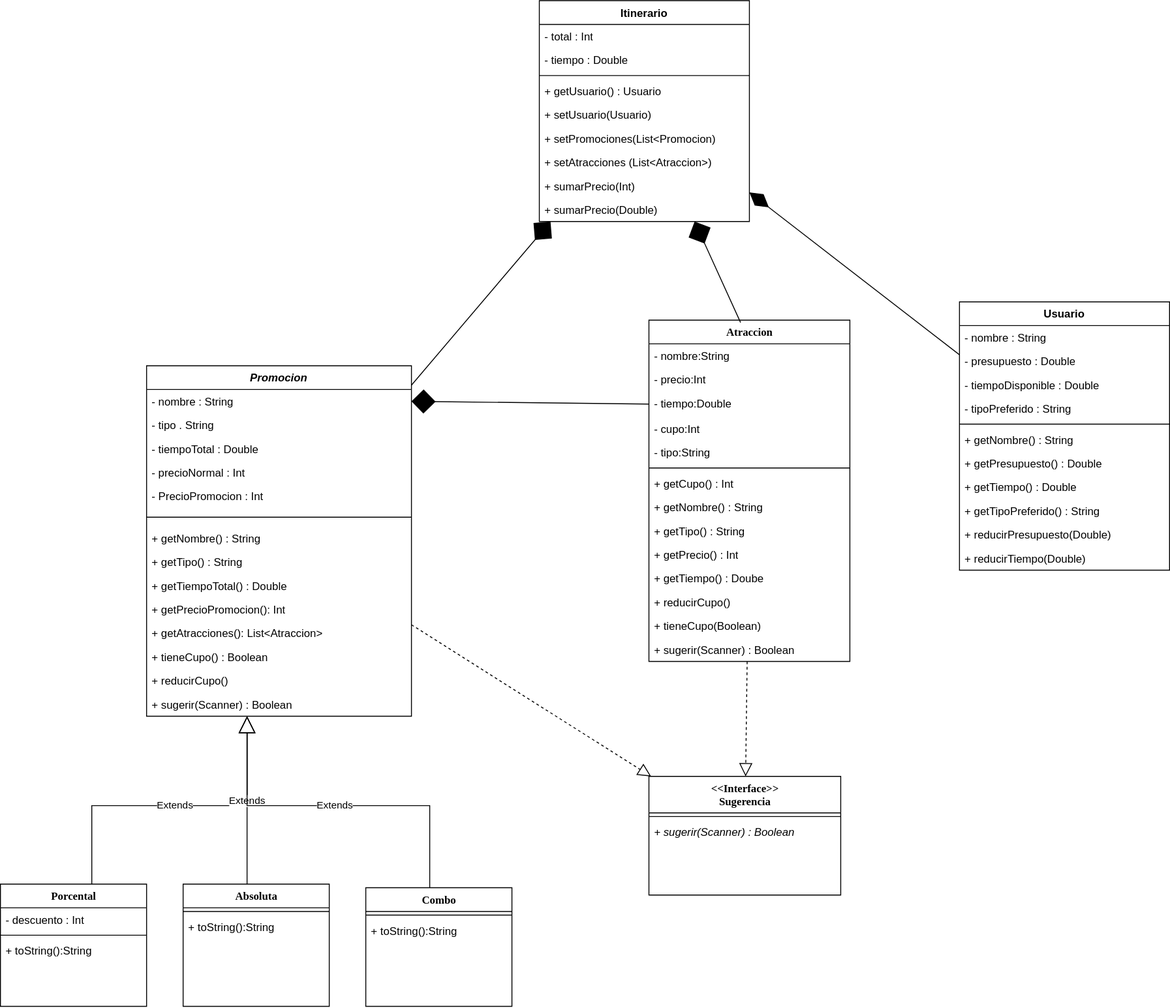
Before: TierraMedia.drawio.svg, a diagram exported from draw.io (ezebeltran/Tp-paradigmas-programacion). Source tidied: cells renumbered, new cells last; positions are measured from the earlier drawing's top-left corner, leaving out a move shared by most shapes.
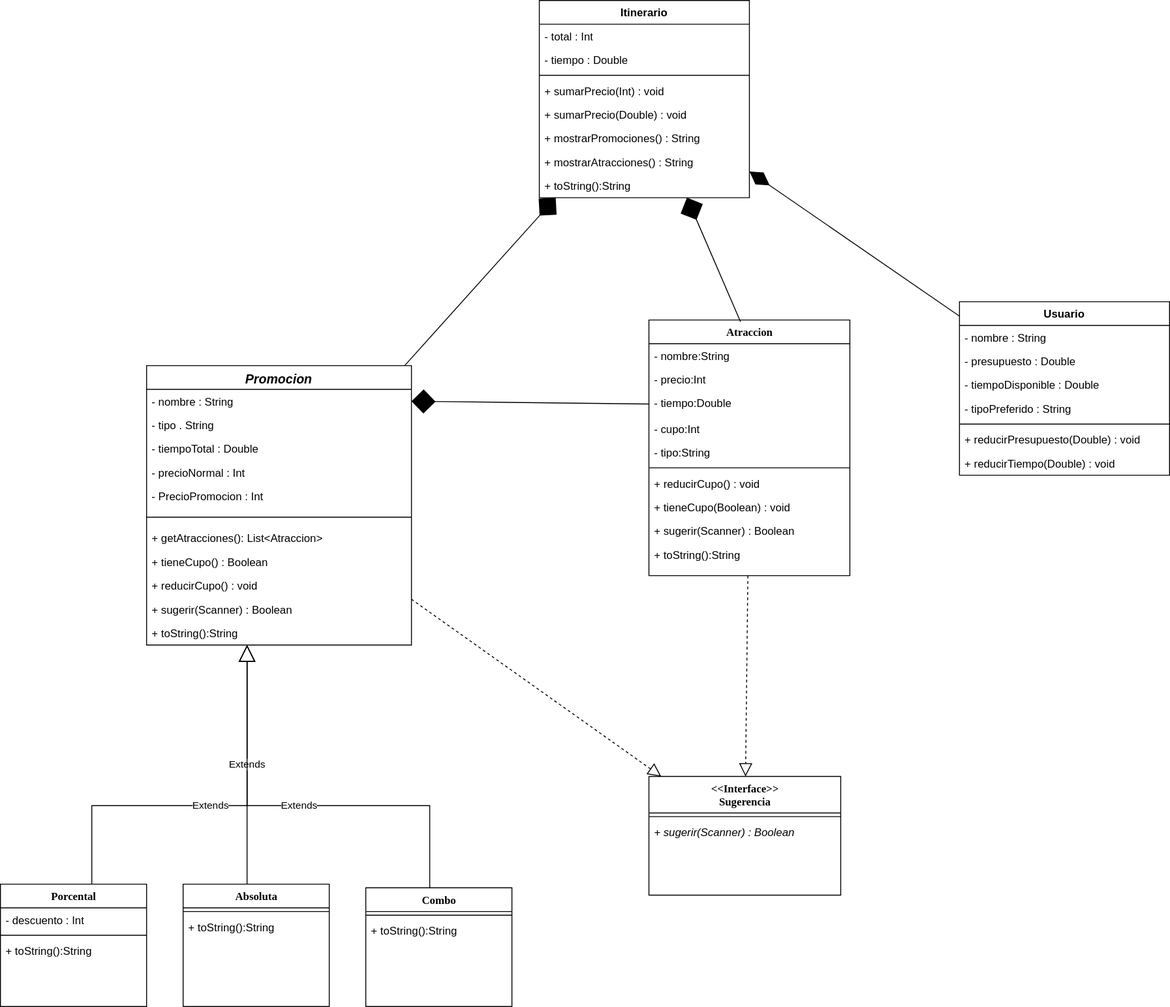
After the change.

The edit, as a diff of the source:
```diff
@@ -5,3 +5,3 @@
     <mxCell id="2" value="&lt;span style=&quot;font-style: normal;&quot;&gt;Atraccion&lt;/span&gt;" style="swimlane;html=1;fontStyle=3;align=center;verticalAlign=top;horizontal=1;startSize=26;swimlaneFillColor=#ffffff;rounded=0;shadow=0;comic=0;labelBackgroundColor=none;strokeWidth=1;fillColor=none;fontFamily=Verdana;fontSize=12;" parent="1" vertex="1">
-      <mxGeometry x="710" y="350" width="220" height="374" as="geometry" />
+      <mxGeometry x="710" y="350" width="220" height="280" as="geometry" />
     </mxCell>
@@ -25,28 +25,16 @@
     </mxCell>
-    <mxCell id="9" value="+ getCupo() : Int" style="text;html=1;strokeColor=none;fillColor=none;align=left;verticalAlign=top;spacingLeft=4;spacingRight=4;whiteSpace=wrap;overflow=hidden;" parent="2" vertex="1">
-      <mxGeometry y="166" width="220" height="26" as="geometry" />
-    </mxCell>
-    <mxCell id="10" value="+ getNombre() : String" style="text;html=1;strokeColor=none;fillColor=none;align=left;verticalAlign=top;spacingLeft=4;spacingRight=4;whiteSpace=wrap;overflow=hidden;" parent="2" vertex="1">
-      <mxGeometry y="192" width="220" height="26" as="geometry" />
-    </mxCell>
-    <mxCell id="11" value="+ getTipo() : String" style="text;html=1;strokeColor=none;fillColor=none;align=left;verticalAlign=top;spacingLeft=4;spacingRight=4;whiteSpace=wrap;overflow=hidden;" parent="2" vertex="1">
-      <mxGeometry y="218" width="220" height="26" as="geometry" />
-    </mxCell>
-    <mxCell id="12" value="+ getPrecio() : Int" style="text;html=1;strokeColor=none;fillColor=none;align=left;verticalAlign=top;spacingLeft=4;spacingRight=4;whiteSpace=wrap;overflow=hidden;" parent="2" vertex="1">
-      <mxGeometry y="244" width="220" height="26" as="geometry" />
-    </mxCell>
-    <mxCell id="13" value="+ getTiempo() : Doube" style="text;html=1;strokeColor=none;fillColor=none;align=left;verticalAlign=top;spacingLeft=4;spacingRight=4;whiteSpace=wrap;overflow=hidden;" parent="2" vertex="1">
-      <mxGeometry y="270" width="220" height="26" as="geometry" />
-    </mxCell>
-    <mxCell id="14" value="+ reducirCupo()" style="text;html=1;strokeColor=none;fillColor=none;align=left;verticalAlign=top;spacingLeft=4;spacingRight=4;whiteSpace=wrap;overflow=hidden;" parent="2" vertex="1">
-      <mxGeometry y="296" width="220" height="26" as="geometry" />
+    <mxCell id="14" value="+ reducirCupo() : void" style="text;html=1;strokeColor=none;fillColor=none;align=left;verticalAlign=top;spacingLeft=4;spacingRight=4;whiteSpace=wrap;overflow=hidden;" parent="2" vertex="1">
+      <mxGeometry y="166" width="220" height="26" as="geometry" />
     </mxCell>
-    <mxCell id="15" value="+ tieneCupo(Boolean)" style="text;html=1;strokeColor=none;fillColor=none;align=left;verticalAlign=top;spacingLeft=4;spacingRight=4;whiteSpace=wrap;overflow=hidden;" parent="2" vertex="1">
-      <mxGeometry y="322" width="220" height="26" as="geometry" />
+    <mxCell id="15" value="+ tieneCupo(Boolean) : void" style="text;html=1;strokeColor=none;fillColor=none;align=left;verticalAlign=top;spacingLeft=4;spacingRight=4;whiteSpace=wrap;overflow=hidden;" parent="2" vertex="1">
+      <mxGeometry y="192" width="220" height="26" as="geometry" />
     </mxCell>
     <mxCell id="16" value="+ sugerir(Scanner) : Boolean" style="text;html=1;strokeColor=none;fillColor=none;align=left;verticalAlign=top;spacingLeft=4;spacingRight=4;whiteSpace=wrap;overflow=hidden;" parent="2" vertex="1">
-      <mxGeometry y="348" width="220" height="26" as="geometry" />
+      <mxGeometry y="218" width="220" height="26" as="geometry" />
     </mxCell>
+    <mxCell id="76" value="+ toString():String" style="text;strokeColor=none;fillColor=none;align=left;verticalAlign=top;spacingLeft=4;spacingRight=4;overflow=hidden;whiteSpace=wrap;html=1;" parent="2" vertex="1">
+      <mxGeometry y="244" width="220" height="26" as="geometry" />
+    </mxCell>
     <mxCell id="17" value="Usuario" style="swimlane;fontStyle=1;align=center;verticalAlign=top;horizontal=1;startSize=26;whiteSpace=wrap;html=1;" parent="1" vertex="1">
-      <mxGeometry x="1050" y="330" width="230" height="294" as="geometry" />
+      <mxGeometry x="1050" y="330" width="230" height="190" as="geometry" />
     </mxCell>
@@ -67,22 +55,10 @@
     </mxCell>
-    <mxCell id="23" value="+ getNombre() : String" style="text;strokeColor=none;fillColor=none;align=left;verticalAlign=top;spacingLeft=4;spacingRight=4;overflow=hidden;whiteSpace=wrap;html=1;" parent="17" vertex="1">
-      <mxGeometry y="138" width="230" height="26" as="geometry" />
-    </mxCell>
-    <mxCell id="24" value="+ getPresupuesto() : Double" style="text;strokeColor=none;fillColor=none;align=left;verticalAlign=top;spacingLeft=4;spacingRight=4;overflow=hidden;whiteSpace=wrap;html=1;" parent="17" vertex="1">
-      <mxGeometry y="164" width="230" height="26" as="geometry" />
-    </mxCell>
-    <mxCell id="25" value="+ getTiempo() : Double" style="text;strokeColor=none;fillColor=none;align=left;verticalAlign=top;spacingLeft=4;spacingRight=4;overflow=hidden;whiteSpace=wrap;html=1;" parent="17" vertex="1">
-      <mxGeometry y="190" width="230" height="26" as="geometry" />
-    </mxCell>
-    <mxCell id="26" value="+ getTipoPreferido() : String" style="text;strokeColor=none;fillColor=none;align=left;verticalAlign=top;spacingLeft=4;spacingRight=4;overflow=hidden;whiteSpace=wrap;html=1;" parent="17" vertex="1">
-      <mxGeometry y="216" width="230" height="26" as="geometry" />
-    </mxCell>
-    <mxCell id="27" value="+ reducirPresupuesto(Double)" style="text;strokeColor=none;fillColor=none;align=left;verticalAlign=top;spacingLeft=4;spacingRight=4;overflow=hidden;whiteSpace=wrap;html=1;" parent="17" vertex="1">
-      <mxGeometry y="242" width="230" height="26" as="geometry" />
+    <mxCell id="27" value="+ reducirPresupuesto(Double) : void" style="text;strokeColor=none;fillColor=none;align=left;verticalAlign=top;spacingLeft=4;spacingRight=4;overflow=hidden;whiteSpace=wrap;html=1;" parent="17" vertex="1">
+      <mxGeometry y="138" width="230" height="26" as="geometry" />
     </mxCell>
-    <mxCell id="28" value="+ reducirTiempo(Double)" style="text;strokeColor=none;fillColor=none;align=left;verticalAlign=top;spacingLeft=4;spacingRight=4;overflow=hidden;whiteSpace=wrap;html=1;" parent="17" vertex="1">
-      <mxGeometry y="268" width="230" height="26" as="geometry" />
+    <mxCell id="28" value="+ reducirTiempo(Double) : void" style="text;strokeColor=none;fillColor=none;align=left;verticalAlign=top;spacingLeft=4;spacingRight=4;overflow=hidden;whiteSpace=wrap;html=1;" parent="17" vertex="1">
+      <mxGeometry y="164" width="230" height="26" as="geometry" />
     </mxCell>
-    <mxCell id="29" value="&lt;i&gt;Promocion&lt;/i&gt;" style="swimlane;fontStyle=1;align=center;verticalAlign=top;horizontal=1;startSize=26;whiteSpace=wrap;html=1;" parent="1" vertex="1">
-      <mxGeometry x="160" y="400" width="290" height="384" as="geometry" />
+    <mxCell id="29" value="&lt;font style=&quot;font-size: 14px;&quot;&gt;&lt;i style=&quot;&quot;&gt;Promocion&lt;/i&gt;&lt;/font&gt;" style="swimlane;fontStyle=1;align=center;verticalAlign=top;horizontal=1;startSize=26;whiteSpace=wrap;html=1;" parent="1" vertex="1">
+      <mxGeometry x="160" y="400" width="290" height="306" as="geometry" />
     </mxCell>
@@ -106,26 +82,17 @@
     </mxCell>
-    <mxCell id="36" value="+ getNombre() : String" style="text;html=1;strokeColor=none;fillColor=none;align=left;verticalAlign=top;spacingLeft=4;spacingRight=4;whiteSpace=wrap;overflow=hidden;" parent="29" vertex="1">
-      <mxGeometry y="176" width="290" height="26" as="geometry" />
-    </mxCell>
-    <mxCell id="37" value="+ getTipo() : String" style="text;html=1;strokeColor=none;fillColor=none;align=left;verticalAlign=top;spacingLeft=4;spacingRight=4;whiteSpace=wrap;overflow=hidden;" parent="29" vertex="1">
-      <mxGeometry y="202" width="290" height="26" as="geometry" />
-    </mxCell>
-    <mxCell id="38" value="+&amp;nbsp;getTiempoTotal&lt;span style=&quot;background-color: initial;&quot;&gt;() : Double&lt;/span&gt;&lt;div style=&quot;background-color:#2f2f2f;padding:0px 0px 0px 2px;&quot;&gt;&lt;div style=&quot;color: rgb(170, 170, 170); font-family: Consolas; font-size: 10pt;&quot;&gt;&lt;p style=&quot;background-color:#373737;margin:0;&quot;&gt;&lt;span style=&quot;color:#d9e8f7;&quot;&gt;&lt;/span&gt;&lt;/p&gt;&lt;/div&gt;&lt;/div&gt;" style="text;html=1;strokeColor=none;fillColor=none;align=left;verticalAlign=top;spacingLeft=4;spacingRight=4;whiteSpace=wrap;overflow=hidden;" parent="29" vertex="1">
-      <mxGeometry y="228" width="290" height="26" as="geometry" />
-    </mxCell>
-    <mxCell id="39" value="+&amp;nbsp;getPrecioPromocion&lt;span style=&quot;background-color: initial;&quot;&gt;(): Int&lt;/span&gt;&lt;div style=&quot;background-color:#2f2f2f;padding:0px 0px 0px 2px;&quot;&gt;&lt;div style=&quot;color: rgb(170, 170, 170); font-family: Consolas; font-size: 10pt;&quot;&gt;&lt;p style=&quot;background-color:#373737;margin:0;&quot;&gt;&lt;span style=&quot;color:#d9e8f7;&quot;&gt;&lt;/span&gt;&lt;/p&gt;&lt;/div&gt;&lt;/div&gt;" style="text;strokeColor=none;fillColor=none;align=left;verticalAlign=top;spacingLeft=4;spacingRight=4;overflow=hidden;whiteSpace=wrap;html=1;" parent="29" vertex="1">
-      <mxGeometry y="254" width="290" height="26" as="geometry" />
-    </mxCell>
     <mxCell id="40" value="+&amp;nbsp;getAtracciones&lt;span style=&quot;background-color: initial;&quot;&gt;():&amp;nbsp;&lt;/span&gt;List&amp;lt;Atraccion&amp;gt;&lt;div style=&quot;background-color:#2f2f2f;padding:0px 0px 0px 2px;&quot;&gt;&lt;div style=&quot;color: rgb(170, 170, 170); font-family: Consolas; font-size: 10pt;&quot;&gt;&lt;p style=&quot;background-color:#373737;margin:0;&quot;&gt;&lt;span style=&quot;color:#d9e8f7;&quot;&gt;&lt;/span&gt;&lt;/p&gt;&lt;/div&gt;&lt;/div&gt;&lt;div style=&quot;background-color:#2f2f2f;padding:0px 0px 0px 2px;&quot;&gt;&lt;div style=&quot;color: rgb(170, 170, 170); font-family: Consolas; font-size: 10pt;&quot;&gt;&lt;p style=&quot;background-color:#373737;margin:0;&quot;&gt;&lt;span style=&quot;color:#d9e8f7;&quot;&gt;&lt;/span&gt;&lt;/p&gt;&lt;/div&gt;&lt;/div&gt;" style="text;strokeColor=none;fillColor=none;align=left;verticalAlign=top;spacingLeft=4;spacingRight=4;overflow=hidden;whiteSpace=wrap;html=1;" parent="29" vertex="1">
-      <mxGeometry y="280" width="290" height="26" as="geometry" />
+      <mxGeometry y="176" width="290" height="26" as="geometry" />
     </mxCell>
     <mxCell id="41" value="+&amp;nbsp;tieneCupo&lt;span style=&quot;background-color: initial;&quot;&gt;() : Boolean&lt;/span&gt;&lt;div style=&quot;background-color:#2f2f2f;padding:0px 0px 0px 2px;&quot;&gt;&lt;div style=&quot;color: rgb(170, 170, 170); font-family: Consolas; font-size: 10pt;&quot;&gt;&lt;p style=&quot;background-color:#373737;margin:0;&quot;&gt;&lt;span style=&quot;color:#d9e8f7;&quot;&gt;&lt;/span&gt;&lt;/p&gt;&lt;/div&gt;&lt;/div&gt;" style="text;html=1;strokeColor=none;fillColor=none;align=left;verticalAlign=top;spacingLeft=4;spacingRight=4;whiteSpace=wrap;overflow=hidden;" parent="29" vertex="1">
-      <mxGeometry y="306" width="290" height="26" as="geometry" />
+      <mxGeometry y="202" width="290" height="26" as="geometry" />
     </mxCell>
-    <mxCell id="42" value="+&amp;nbsp;reducirCupo&lt;span style=&quot;background-color: initial;&quot;&gt;()&lt;/span&gt;&lt;div style=&quot;background-color:#2f2f2f;padding:0px 0px 0px 2px;&quot;&gt;&lt;div style=&quot;color: rgb(170, 170, 170); font-family: Consolas; font-size: 10pt;&quot;&gt;&lt;p style=&quot;background-color:#373737;margin:0;&quot;&gt;&lt;span style=&quot;color:#d9e8f7;&quot;&gt;&lt;/span&gt;&lt;/p&gt;&lt;/div&gt;&lt;/div&gt;" style="text;html=1;strokeColor=none;fillColor=none;align=left;verticalAlign=top;spacingLeft=4;spacingRight=4;whiteSpace=wrap;overflow=hidden;" parent="29" vertex="1">
-      <mxGeometry y="332" width="290" height="26" as="geometry" />
+    <mxCell id="42" value="+&amp;nbsp;reducirCupo&lt;span style=&quot;background-color: initial;&quot;&gt;() : void&lt;/span&gt;&lt;div style=&quot;background-color:#2f2f2f;padding:0px 0px 0px 2px;&quot;&gt;&lt;div style=&quot;color: rgb(170, 170, 170); font-family: Consolas; font-size: 10pt;&quot;&gt;&lt;p style=&quot;background-color:#373737;margin:0;&quot;&gt;&lt;span style=&quot;color:#d9e8f7;&quot;&gt;&lt;/span&gt;&lt;/p&gt;&lt;/div&gt;&lt;/div&gt;" style="text;html=1;strokeColor=none;fillColor=none;align=left;verticalAlign=top;spacingLeft=4;spacingRight=4;whiteSpace=wrap;overflow=hidden;" parent="29" vertex="1">
+      <mxGeometry y="228" width="290" height="26" as="geometry" />
     </mxCell>
     <mxCell id="43" value="+ sugerir(Scanner) : Boolean" style="text;html=1;strokeColor=none;fillColor=none;align=left;verticalAlign=top;spacingLeft=4;spacingRight=4;whiteSpace=wrap;overflow=hidden;" parent="29" vertex="1">
-      <mxGeometry y="358" width="290" height="26" as="geometry" />
+      <mxGeometry y="254" width="290" height="26" as="geometry" />
     </mxCell>
+    <mxCell id="77" value="+ toString():String" style="text;strokeColor=none;fillColor=none;align=left;verticalAlign=top;spacingLeft=4;spacingRight=4;overflow=hidden;whiteSpace=wrap;html=1;" parent="29" vertex="1">
+      <mxGeometry y="280" width="290" height="26" as="geometry" />
+    </mxCell>
     <mxCell id="44" value="&lt;span style=&quot;font-style: normal;&quot;&gt;Combo&lt;/span&gt;" style="swimlane;html=1;fontStyle=3;align=center;verticalAlign=top;horizontal=1;startSize=26;swimlaneFillColor=#ffffff;rounded=0;shadow=0;comic=0;labelBackgroundColor=none;strokeWidth=1;fillColor=none;fontFamily=Verdana;fontSize=12;" parent="1" vertex="1">
@@ -185,3 +152,3 @@
     <mxCell id="57" value="Itinerario" style="swimlane;fontStyle=1;align=center;verticalAlign=top;horizontal=1;startSize=26;whiteSpace=wrap;html=1;" parent="1" vertex="1">
-      <mxGeometry x="590" width="230" height="242" as="geometry" />
+      <mxGeometry x="590" width="230" height="216" as="geometry" />
     </mxCell>
@@ -196,20 +163,17 @@
     </mxCell>
-    <mxCell id="61" value="+ getUsuario() : Usuario" style="text;strokeColor=none;fillColor=none;align=left;verticalAlign=top;spacingLeft=4;spacingRight=4;overflow=hidden;whiteSpace=wrap;html=1;" parent="57" vertex="1">
-      <mxGeometry y="86" width="230" height="26" as="geometry" />
-    </mxCell>
-    <mxCell id="62" value="+ setUsuario(Usuario)" style="text;strokeColor=none;fillColor=none;align=left;verticalAlign=top;spacingLeft=4;spacingRight=4;overflow=hidden;whiteSpace=wrap;html=1;" parent="57" vertex="1">
-      <mxGeometry y="112" width="230" height="26" as="geometry" />
-    </mxCell>
-    <mxCell id="63" value="+ setPromociones(List&amp;lt;Promocion)" style="text;strokeColor=none;fillColor=none;align=left;verticalAlign=top;spacingLeft=4;spacingRight=4;overflow=hidden;whiteSpace=wrap;html=1;" parent="57" vertex="1">
-      <mxGeometry y="138" width="230" height="26" as="geometry" />
-    </mxCell>
-    <mxCell id="64" value="+&amp;nbsp;setAtracciones (List&amp;lt;Atraccion&amp;gt;)" style="text;strokeColor=none;fillColor=none;align=left;verticalAlign=top;spacingLeft=4;spacingRight=4;overflow=hidden;whiteSpace=wrap;html=1;" parent="57" vertex="1">
-      <mxGeometry y="164" width="230" height="26" as="geometry" />
-    </mxCell>
-    <mxCell id="65" value="+&amp;nbsp;sumarPrecio(Int)&lt;div style=&quot;background-color:#2f2f2f;padding:0px 0px 0px 2px;&quot;&gt;&lt;div style=&quot;color: rgb(170, 170, 170); font-family: Consolas; font-size: 10pt;&quot;&gt;&lt;p style=&quot;background-color:#373737;margin:0;&quot;&gt;&lt;span style=&quot;color:#d9e8f7;&quot;&gt;&lt;/span&gt;&lt;/p&gt;&lt;/div&gt;&lt;/div&gt;" style="text;strokeColor=none;fillColor=none;align=left;verticalAlign=top;spacingLeft=4;spacingRight=4;overflow=hidden;whiteSpace=wrap;html=1;" parent="57" vertex="1">
-      <mxGeometry y="190" width="230" height="26" as="geometry" />
+    <mxCell id="65" value="+&amp;nbsp;sumarPrecio(Int) : void&lt;div style=&quot;background-color:#2f2f2f;padding:0px 0px 0px 2px;&quot;&gt;&lt;div style=&quot;color: rgb(170, 170, 170); font-family: Consolas; font-size: 10pt;&quot;&gt;&lt;p style=&quot;background-color:#373737;margin:0;&quot;&gt;&lt;span style=&quot;color:#d9e8f7;&quot;&gt;&lt;/span&gt;&lt;/p&gt;&lt;/div&gt;&lt;/div&gt;" style="text;strokeColor=none;fillColor=none;align=left;verticalAlign=top;spacingLeft=4;spacingRight=4;overflow=hidden;whiteSpace=wrap;html=1;" parent="57" vertex="1">
+      <mxGeometry y="86" width="230" height="26" as="geometry" />
     </mxCell>
-    <mxCell id="66" value="+&amp;nbsp;sumarPrecio(Double)&lt;div style=&quot;background-color:#2f2f2f;padding:0px 0px 0px 2px;&quot;&gt;&lt;div style=&quot;color: rgb(170, 170, 170); font-family: Consolas; font-size: 10pt;&quot;&gt;&lt;p style=&quot;background-color:#373737;margin:0;&quot;&gt;&lt;span style=&quot;color:#d9e8f7;&quot;&gt;&lt;/span&gt;&lt;/p&gt;&lt;/div&gt;&lt;/div&gt;" style="text;strokeColor=none;fillColor=none;align=left;verticalAlign=top;spacingLeft=4;spacingRight=4;overflow=hidden;whiteSpace=wrap;html=1;" parent="57" vertex="1">
-      <mxGeometry y="216" width="230" height="26" as="geometry" />
+    <mxCell id="66" value="+&amp;nbsp;sumarPrecio(Double) : void&lt;div style=&quot;background-color:#2f2f2f;padding:0px 0px 0px 2px;&quot;&gt;&lt;div style=&quot;color: rgb(170, 170, 170); font-family: Consolas; font-size: 10pt;&quot;&gt;&lt;p style=&quot;background-color:#373737;margin:0;&quot;&gt;&lt;span style=&quot;color:#d9e8f7;&quot;&gt;&lt;/span&gt;&lt;/p&gt;&lt;/div&gt;&lt;/div&gt;" style="text;strokeColor=none;fillColor=none;align=left;verticalAlign=top;spacingLeft=4;spacingRight=4;overflow=hidden;whiteSpace=wrap;html=1;" parent="57" vertex="1">
+      <mxGeometry y="112" width="230" height="26" as="geometry" />
     </mxCell>
+    <mxCell id="78" value="+&amp;nbsp;mostrarPromociones() : String&lt;div style=&quot;background-color:#2f2f2f;padding:0px 0px 0px 2px;&quot;&gt;&lt;div style=&quot;color: rgb(170, 170, 170); font-family: Consolas; font-size: 10pt;&quot;&gt;&lt;p style=&quot;background-color:#373737;margin:0;&quot;&gt;&lt;span style=&quot;color:#d9e8f7;&quot;&gt;&lt;/span&gt;&lt;/p&gt;&lt;/div&gt;&lt;/div&gt;&lt;div style=&quot;background-color:#2f2f2f;padding:0px 0px 0px 2px;&quot;&gt;&lt;div style=&quot;color: rgb(170, 170, 170); font-family: Consolas; font-size: 10pt;&quot;&gt;&lt;p style=&quot;background-color:#373737;margin:0;&quot;&gt;&lt;span style=&quot;color:#d9e8f7;&quot;&gt;&lt;/span&gt;&lt;/p&gt;&lt;/div&gt;&lt;/div&gt;" style="text;strokeColor=none;fillColor=none;align=left;verticalAlign=top;spacingLeft=4;spacingRight=4;overflow=hidden;whiteSpace=wrap;html=1;" parent="57" vertex="1">
+      <mxGeometry y="138" width="230" height="26" as="geometry" />
+    </mxCell>
+    <mxCell id="79" value="+&amp;nbsp;mostrarAtracciones() : String&lt;div style=&quot;background-color:#2f2f2f;padding:0px 0px 0px 2px;&quot;&gt;&lt;div style=&quot;color: rgb(170, 170, 170); font-family: Consolas; font-size: 10pt;&quot;&gt;&lt;p style=&quot;background-color:#373737;margin:0;&quot;&gt;&lt;span style=&quot;color:#d9e8f7;&quot;&gt;&lt;/span&gt;&lt;/p&gt;&lt;/div&gt;&lt;/div&gt;&lt;div style=&quot;background-color:#2f2f2f;padding:0px 0px 0px 2px;&quot;&gt;&lt;div style=&quot;color: rgb(170, 170, 170); font-family: Consolas; font-size: 10pt;&quot;&gt;&lt;p style=&quot;background-color:#373737;margin:0;&quot;&gt;&lt;span style=&quot;color:#d9e8f7;&quot;&gt;&lt;/span&gt;&lt;/p&gt;&lt;/div&gt;&lt;/div&gt;" style="text;strokeColor=none;fillColor=none;align=left;verticalAlign=top;spacingLeft=4;spacingRight=4;overflow=hidden;whiteSpace=wrap;html=1;" parent="57" vertex="1">
+      <mxGeometry y="164" width="230" height="26" as="geometry" />
+    </mxCell>
+    <mxCell id="80" value="+ toString():String" style="text;strokeColor=none;fillColor=none;align=left;verticalAlign=top;spacingLeft=4;spacingRight=4;overflow=hidden;whiteSpace=wrap;html=1;" parent="57" vertex="1">
+      <mxGeometry y="190" width="230" height="26" as="geometry" />
+    </mxCell>
     <mxCell id="67" style="endArrow=diamondThin;endFill=1;endSize=24;html=1;rounded=0;" parent="1" edge="1" source="17" target="57">
```
